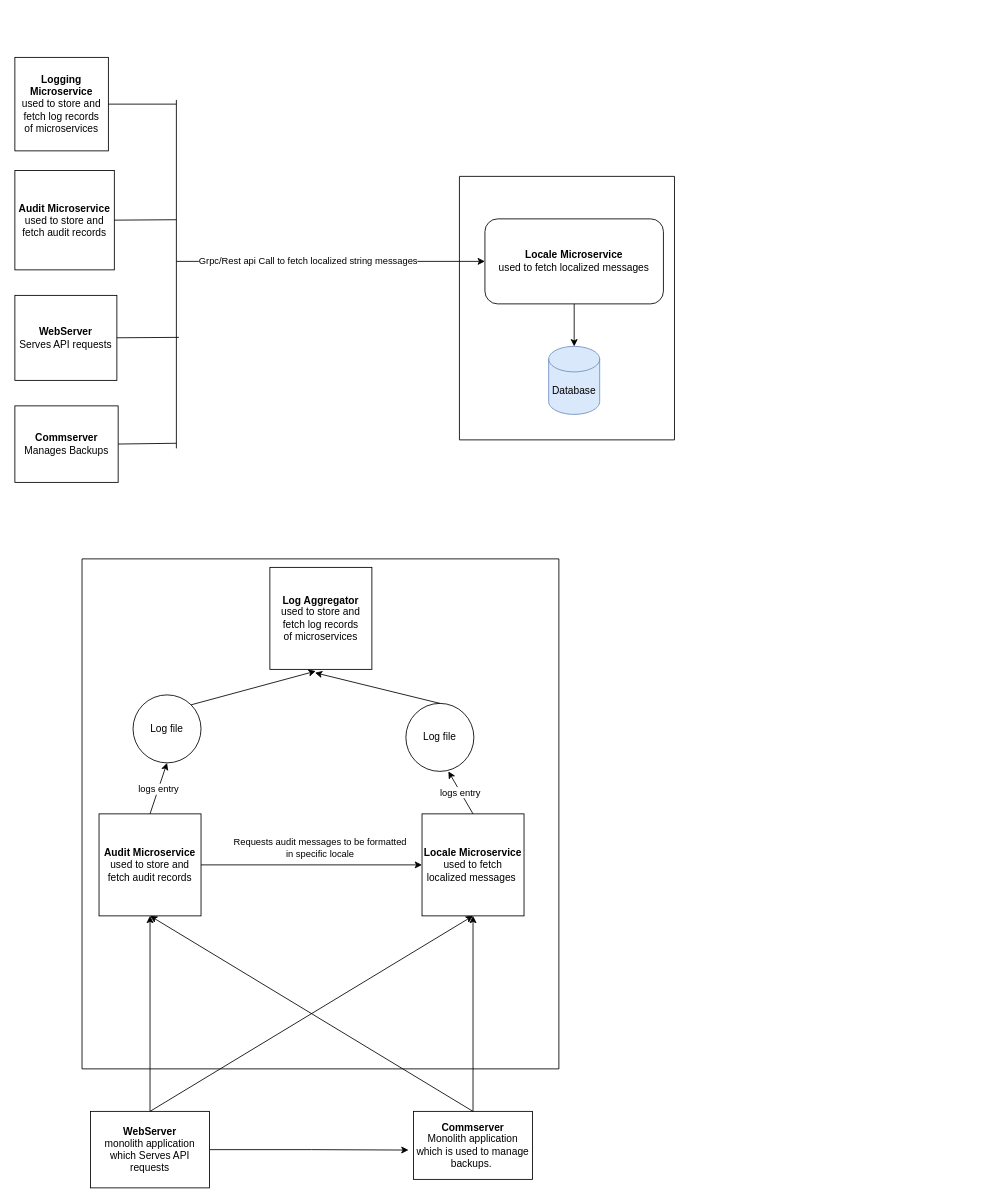
Vineel203/test keeps this draw.io diagram as Untitled Diagram.drawio. Above is the earlier version. Source tidied: cells renumbered, new cells numbered last; positions are measured from the earlier drawing's top-left corner, leaving out a move shared by most shapes. Both pictures are drawn from the tidied source at 85%, with x=0, y=0 at pixel (14, 57).
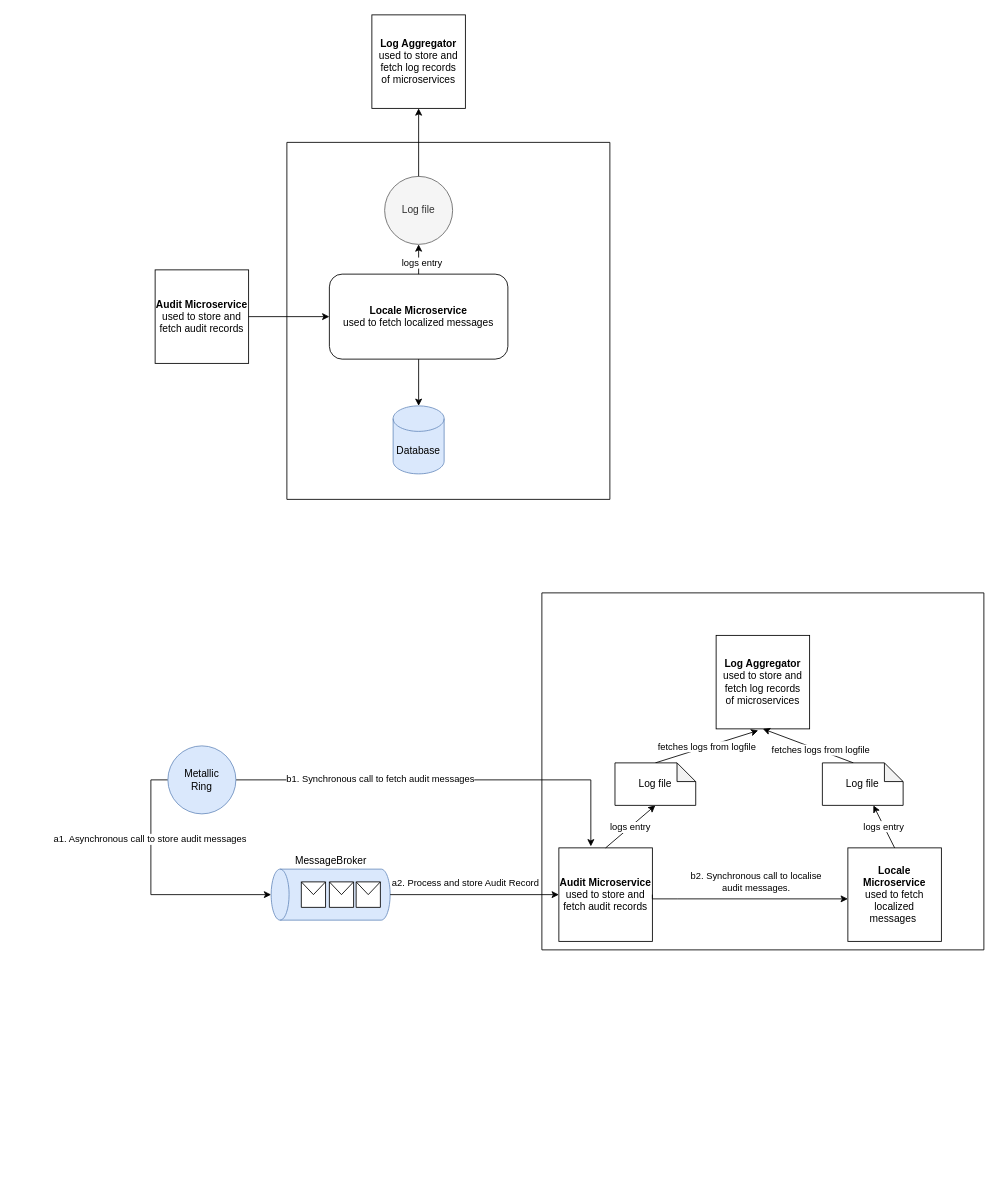
The same page after the edit.

What changed in the source:
```diff
@@
     <mxCell id="2" style="swimlane;startSize=0;" parent="1" vertex="1">
-      <mxGeometry x="523" y="140" width="253" height="310" as="geometry" />
+      <mxGeometry x="320" y="100" width="380" height="420" as="geometry" />
     </mxCell>
     <mxCell id="3" value="Database" style="shape=cylinder3;whiteSpace=wrap;html=1;boundedLbl=1;backgroundOutline=1;size=15;fillColor=#dae8fc;strokeColor=#6c8ebf;" parent="2" vertex="1">
-      <mxGeometry x="105" y="200" width="60" height="80" as="geometry" />
+      <mxGeometry x="125" y="310" width="60" height="80" as="geometry" />
     </mxCell>
     <mxCell id="4" value="&lt;b&gt;Locale Microservice&lt;br&gt;&lt;/b&gt;used to fetch localized messages" style="rounded=1;whiteSpace=wrap;html=1;" parent="2" vertex="1">
-      <mxGeometry x="30" y="50" width="210" height="100" as="geometry" />
+      <mxGeometry x="50" y="155" width="210" height="100" as="geometry" />
     </mxCell>
@@
+    <mxCell id="36" value="Log file" style="ellipse;whiteSpace=wrap;html=1;fillColor=#f5f5f5;fontColor=#333333;strokeColor=#666666;" parent="2" vertex="1">
+      <mxGeometry x="115" y="40" width="80" height="80" as="geometry" />
+    </mxCell>
+    <mxCell id="37" style="endArrow=classic;html=1;rounded=0;exitX=0.5;exitY=0;exitDx=0;exitDy=0;" parent="2" edge="1" source="4" target="36">
+      <mxGeometry relative="1" as="geometry" />
+    </mxCell>
+    <mxCell id="38" value="logs entry" style="edgeLabel;html=1;align=center;verticalAlign=middle;" parent="37" vertex="1">
+      <mxGeometry x="-0.21" y="-3" relative="1" as="geometry" />
+    </mxCell>
     <mxCell id="6" style="swimlane;startSize=0;" parent="1" vertex="1">
-      <mxGeometry x="79" y="590" width="561" height="600" as="geometry" />
+      <mxGeometry x="620" y="630" width="520" height="420" as="geometry" />
     </mxCell>
     <mxCell id="7" value="&lt;b&gt;Locale Microservice&lt;br&gt;&lt;/b&gt;used to fetch localized messages&amp;nbsp;" style="whiteSpace=wrap;html=1;" parent="6" vertex="1">
-      <mxGeometry x="400" y="300" width="120" height="120" as="geometry" />
+      <mxGeometry x="360" y="300" width="110" height="110" as="geometry" />
     </mxCell>
     <mxCell id="8" value="&lt;b&gt;Audit Microservice&lt;/b&gt;&lt;br&gt;used to store and fetch audit records" style="whiteSpace=wrap;html=1;" parent="6" vertex="1">
-      <mxGeometry x="20" y="300" width="120" height="120" as="geometry" />
+      <mxGeometry x="20" y="300" width="110" height="110" as="geometry" />
     </mxCell>
-    <mxCell id="9" value="Requests audit messages to be formatted&lt;br&gt;in specific locale" style="edgeStyle=orthogonalEdgeStyle;rounded=0;jettySize=auto;html=1;exitX=1;exitY=0.5;exitDx=0;exitDy=0;" parent="6" edge="1" source="8" target="7">
+    <mxCell id="9" value="b2. Synchronous call to localise&lt;br&gt;audit messages." style="edgeStyle=orthogonalEdgeStyle;rounded=0;jettySize=auto;html=1;exitX=1;exitY=0.5;exitDx=0;exitDy=0;" parent="6" edge="1" source="8" target="7">
       <mxGeometry x="0.08" y="20" relative="1" as="geometry">
         <Array as="points">
           <mxPoint x="160" y="360" />
           <mxPoint x="160" y="360" />
         </Array>
       </mxGeometry>
     </mxCell>
-    <mxCell id="10" value="Log file" style="ellipse;whiteSpace=wrap;html=1;" parent="6" vertex="1">
-      <mxGeometry x="60" y="160" width="80" height="80" as="geometry" />
-    </mxCell>
-    <mxCell id="11" style="endArrow=classic;html=1;rounded=0;exitX=0.5;exitY=0;exitDx=0;exitDy=0;entryX=0.5;entryY=1;entryDx=0;entryDy=0;" parent="6" edge="1" source="8" target="10">
+    <mxCell id="11" style="endArrow=classic;html=1;rounded=0;exitX=0.5;exitY=0;exitDx=0;exitDy=0;entryX=0.5;entryY=1;entryDx=0;entryDy=0;entryPerimeter=0;" parent="6" edge="1" source="8" target="40">
       <mxGeometry relative="1" as="geometry" />
     </mxCell>
@@
     <mxCell id="13" value="&lt;b&gt;Log Aggregator&lt;br&gt;&lt;/b&gt;used to store and fetch log records&lt;br&gt;of microservices" style="whiteSpace=wrap;html=1;" parent="6" vertex="1">
-      <mxGeometry x="221" y="10" width="120" height="120" as="geometry" />
+      <mxGeometry x="205" y="50" width="110" height="110" as="geometry" />
     </mxCell>
-    <mxCell id="14" style="endArrow=classic;html=1;rounded=0;exitX=1;exitY=0;exitDx=0;exitDy=0;entryX=0.45;entryY=1.017;entryDx=0;entryDy=0;entryPerimeter=0;" parent="6" edge="1" source="10" target="13">
+    <mxCell id="14" value="fetches logs from logfile" style="endArrow=classic;html=1;rounded=0;exitX=0.5;exitY=0;exitDx=0;exitDy=0;entryX=0.45;entryY=1.017;entryDx=0;entryDy=0;entryPerimeter=0;exitPerimeter=0;" parent="6" edge="1" source="40" target="13">
       <mxGeometry relative="1" as="geometry" />
     </mxCell>
-    <mxCell id="15" value="Log file" style="ellipse;whiteSpace=wrap;html=1;" parent="6" vertex="1">
-      <mxGeometry x="381" y="170" width="80" height="80" as="geometry" />
-    </mxCell>
-    <mxCell id="16" value="logs entry" style="endArrow=classic;html=1;rounded=0;exitX=0.5;exitY=0;exitDx=0;exitDy=0;entryX=0.625;entryY=1;entryDx=0;entryDy=0;entryPerimeter=0;" parent="6" edge="1" source="7" target="15">
-      <mxGeometry relative="1" as="geometry" />
+    <mxCell id="16" value="logs entry" style="endArrow=classic;html=1;rounded=0;exitX=0.5;exitY=0;exitDx=0;exitDy=0;entryX=0.625;entryY=1;entryDx=0;entryDy=0;entryPerimeter=0;" parent="6" edge="1" source="7">
+      <mxGeometry relative="1" as="geometry">
+        <mxPoint x="390" y="250" as="targetPoint" />
+      </mxGeometry>
     </mxCell>
-    <mxCell id="17" style="endArrow=classic;html=1;rounded=0;exitX=0.5;exitY=0;exitDx=0;exitDy=0;entryX=0.442;entryY=1.033;entryDx=0;entryDy=0;entryPerimeter=0;" parent="6" edge="1" source="15" target="13">
+    <mxCell id="17" style="endArrow=classic;html=1;rounded=0;exitX=0;exitY=0;exitDx=36.5;exitDy=0;entryX=0.5;entryY=1;entryDx=0;entryDy=0;exitPerimeter=0;" parent="6" edge="1" source="41" target="13">
       <mxGeometry relative="1" as="geometry" />
     </mxCell>
-    <mxCell id="18" style="edgeStyle=orthogonalEdgeStyle;rounded=0;jettySize=auto;html=1;exitX=0.5;exitY=0;exitDx=0;exitDy=0;entryX=0.5;entryY=1;entryDx=0;entryDy=0;" parent="1" edge="1" source="20" target="8">
-      <mxGeometry relative="1" as="geometry" />
-    </mxCell>
-    <mxCell id="19" style="edgeStyle=orthogonalEdgeStyle;rounded=0;jettySize=auto;html=1;exitX=1;exitY=0.5;exitDx=0;exitDy=0;entryX=-0.042;entryY=0.569;entryDx=0;entryDy=0;entryPerimeter=0;" parent="1" edge="1" source="20" target="21">
-      <mxGeometry relative="1" as="geometry" />
-    </mxCell>
-    <mxCell id="20" value="&lt;b&gt;WebServer&lt;/b&gt;&lt;br&gt;monolith application which Serves API requests" style="rounded=0;whiteSpace=wrap;html=1;" parent="1" vertex="1">
-      <mxGeometry x="89" y="1240" width="140" height="90" as="geometry" />
-    </mxCell>
-    <mxCell id="21" value="&lt;b&gt;Commserver&lt;/b&gt;&lt;br&gt;Monolith application which is used to manage backups.&amp;nbsp;" style="rounded=0;whiteSpace=wrap;html=1;" parent="1" vertex="1">
-      <mxGeometry x="469" y="1240" width="140" height="80" as="geometry" />
-    </mxCell>
-    <mxCell id="22" style="endArrow=classic;html=1;rounded=0;exitX=0.5;exitY=0;exitDx=0;exitDy=0;entryX=0.5;entryY=1;entryDx=0;entryDy=0;" parent="1" edge="1" source="20" target="7">
-      <mxGeometry relative="1" as="geometry" />
-    </mxCell>
-    <mxCell id="23" style="endArrow=classic;html=1;rounded=0;exitX=0.5;exitY=0;exitDx=0;exitDy=0;entryX=0.5;entryY=1;entryDx=0;entryDy=0;" parent="1" edge="1" source="21" target="8">
-      <mxGeometry relative="1" as="geometry" />
-    </mxCell>
-    <mxCell id="24" style="endArrow=classic;html=1;rounded=0;exitX=0.5;exitY=0;exitDx=0;exitDy=0;entryX=0.5;entryY=1;entryDx=0;entryDy=0;" parent="1" edge="1" source="21" target="7">
-      <mxGeometry relative="1" as="geometry" />
-    </mxCell>
+    <mxCell id="39" value="fetches logs from logfile" style="edgeLabel;html=1;align=center;verticalAlign=middle;" parent="17" vertex="1">
+      <mxGeometry x="-0.27" relative="1" as="geometry">
+        <mxPoint y="-1" as="offset" />
+      </mxGeometry>
+    </mxCell>
+    <mxCell id="40" value="Log file" style="shape=note;whiteSpace=wrap;html=1;backgroundOutline=1;darkOpacity=0.05;size=22;" parent="6" vertex="1">
+      <mxGeometry x="86" y="200" width="95" height="50" as="geometry" />
+    </mxCell>
+    <mxCell id="41" value="Log file" style="shape=note;whiteSpace=wrap;html=1;backgroundOutline=1;darkOpacity=0.05;size=22;" parent="6" vertex="1">
+      <mxGeometry x="330" y="200" width="95" height="50" as="geometry" />
+    </mxCell>
+    <mxCell id="42" style="shape=cylinder3;whiteSpace=wrap;html=1;boundedLbl=1;backgroundOutline=1;size=10.552631578947398;rotation=-90;fillColor=#dae8fc;strokeColor=#6c8ebf;" parent="1" vertex="1">
+      <mxGeometry x="341.5" y="915" width="60" height="140" as="geometry" />
+    </mxCell>
+    <mxCell id="43" style="endArrow=classic;html=1;rounded=0;exitX=0.5;exitY=1;exitDx=0;exitDy=0;exitPerimeter=0;entryX=0;entryY=0.5;entryDx=0;entryDy=0;" parent="1" edge="1" source="42" target="8">
+      <mxGeometry relative="1" as="geometry" />
+    </mxCell>
+    <mxCell id="44" value="a2. Process and store Audit Record" style="edgeLabel;html=1;align=center;verticalAlign=middle;" parent="43" vertex="1">
+      <mxGeometry x="-0.18" y="-1" relative="1" as="geometry">
+        <mxPoint x="7" y="-16" as="offset" />
+      </mxGeometry>
+    </mxCell>
+    <mxCell id="45" style="shape=message;html=1;whiteSpace=wrap;html=1;" parent="1" vertex="1">
+      <mxGeometry x="401.5" y="970" width="28.5" height="30" as="geometry" />
+    </mxCell>
+    <mxCell id="46" style="shape=message;html=1;whiteSpace=wrap;html=1;" parent="1" vertex="1">
+      <mxGeometry x="370" y="970" width="28.5" height="30" as="geometry" />
+    </mxCell>
+    <mxCell id="47" style="shape=message;html=1;whiteSpace=wrap;html=1;" parent="1" vertex="1">
+      <mxGeometry x="337" y="970" width="28.5" height="30" as="geometry" />
+    </mxCell>
+    <mxCell id="48" value="MessageBroker" style="text;html=1;strokeColor=none;fillColor=none;align=center;verticalAlign=middle;whiteSpace=wrap;rounded=0;" parent="1" vertex="1">
+      <mxGeometry x="341.5" y="930" width="60" height="30" as="geometry" />
+    </mxCell>
     <mxCell id="25" value="&lt;b&gt;Audit Microservice&lt;/b&gt;&lt;br&gt;used to store and fetch audit records" style="whiteSpace=wrap;html=1;" parent="1" vertex="1">
-      <mxGeometry y="133" width="117" height="117" as="geometry" />
+      <mxGeometry x="165" y="250" width="110" height="110" as="geometry" />
     </mxCell>
-    <mxCell id="26" value="&lt;b&gt;WebServer&lt;/b&gt;&lt;br&gt;Serves API requests" style="rounded=0;whiteSpace=wrap;html=1;" parent="1" vertex="1">
-      <mxGeometry y="280" width="120" height="100" as="geometry" />
-    </mxCell>
-    <mxCell id="27" value="&lt;b&gt;Commserver&lt;/b&gt;&lt;br&gt;Manages Backups" style="rounded=0;whiteSpace=wrap;html=1;" parent="1" vertex="1">
-      <mxGeometry y="410" width="121.5" height="90" as="geometry" />
-    </mxCell>
-    <mxCell id="28" value="&lt;b&gt;Logging Microservice&lt;/b&gt;&lt;br&gt;used to store and fetch log records&lt;br&gt;of microservices" style="whiteSpace=wrap;html=1;" parent="1" vertex="1">
-      <mxGeometry width="110" height="110" as="geometry" />
-    </mxCell>
-    <mxCell id="29" style="endArrow=none;html=1;rounded=0;exitX=1;exitY=0.5;exitDx=0;exitDy=0;" parent="1" edge="1" source="28">
-      <mxGeometry relative="1" as="geometry">
-        <mxPoint x="190" y="55" as="targetPoint" />
-      </mxGeometry>
-    </mxCell>
-    <mxCell id="30" style="endArrow=none;html=1;rounded=0;exitX=1;exitY=0.5;exitDx=0;exitDy=0;" parent="1" edge="1" source="25">
-      <mxGeometry relative="1" as="geometry">
-        <mxPoint x="190" y="191" as="targetPoint" />
-      </mxGeometry>
-    </mxCell>
-    <mxCell id="31" style="endArrow=none;html=1;rounded=0;exitX=1;exitY=0.5;exitDx=0;exitDy=0;" parent="1" edge="1">
-      <mxGeometry relative="1" as="geometry">
-        <mxPoint x="120" y="329.9" as="sourcePoint" />
-        <mxPoint x="193" y="329.4" as="targetPoint" />
-      </mxGeometry>
-    </mxCell>
-    <mxCell id="32" style="endArrow=none;html=1;rounded=0;exitX=1;exitY=0.5;exitDx=0;exitDy=0;" parent="1" edge="1">
-      <mxGeometry relative="1" as="geometry">
-        <mxPoint x="121.5" y="454.9" as="sourcePoint" />
-        <mxPoint x="190" y="454" as="targetPoint" />
-      </mxGeometry>
-    </mxCell>
-    <mxCell id="33" style="endArrow=none;html=1;rounded=0;" parent="1" edge="1">
-      <mxGeometry relative="1" as="geometry">
-        <mxPoint x="190" y="50" as="sourcePoint" />
-        <mxPoint x="190" y="460" as="targetPoint" />
-      </mxGeometry>
-    </mxCell>
-    <mxCell id="34" style="endArrow=classic;html=1;rounded=0;entryX=0;entryY=0.5;entryDx=0;entryDy=0;" parent="1" edge="1" target="4">
-      <mxGeometry relative="1" as="geometry">
-        <mxPoint x="190" y="240" as="sourcePoint" />
-      </mxGeometry>
-    </mxCell>
-    <mxCell id="35" value="Grpc/Rest api Call to fetch localized string messages" style="edgeLabel;html=1;align=center;verticalAlign=middle;" parent="34" vertex="1">
-      <mxGeometry x="-0.15" y="1" relative="1" as="geometry" />
-    </mxCell>
+    <mxCell id="49" style="endArrow=classic;html=1;rounded=0;exitX=1;exitY=0.5;exitDx=0;exitDy=0;" parent="1" edge="1" source="25" target="4">
+      <mxGeometry relative="1" as="geometry" />
+    </mxCell>
+    <mxCell id="50" value="&lt;b&gt;Log Aggregator&lt;br&gt;&lt;/b&gt;used to store and fetch log records&lt;br&gt;of microservices" style="whiteSpace=wrap;html=1;" parent="1" vertex="1">
+      <mxGeometry x="420" y="-50" width="110" height="110" as="geometry" />
+    </mxCell>
+    <mxCell id="51" style="edgeStyle=orthogonalEdgeStyle;rounded=0;jettySize=auto;html=1;" parent="1" edge="1" source="36" target="50">
+      <mxGeometry relative="1" as="geometry" />
+    </mxCell>
+    <mxCell id="52" style="edgeStyle=orthogonalEdgeStyle;rounded=0;jettySize=auto;html=1;exitX=1;exitY=0.5;exitDx=0;exitDy=0;entryX=0.342;entryY=-0.016;entryDx=0;entryDy=0;entryPerimeter=0;" parent="1" edge="1" source="56" target="8">
+      <mxGeometry relative="1" as="geometry" />
+    </mxCell>
+    <mxCell id="53" value="b1. Synchronous call to fetch audit messages" style="edgeLabel;html=1;align=center;verticalAlign=middle;" parent="52" vertex="1">
+      <mxGeometry x="-0.32" y="2" relative="1" as="geometry" />
+    </mxCell>
+    <mxCell id="54" style="edgeStyle=orthogonalEdgeStyle;rounded=0;jettySize=auto;html=1;exitX=0;exitY=0.5;exitDx=0;exitDy=0;entryX=0.5;entryY=0;entryDx=0;entryDy=0;entryPerimeter=0;" parent="1" edge="1" source="56" target="42">
+      <mxGeometry relative="1" as="geometry" />
+    </mxCell>
+    <mxCell id="55" value="a1. Asynchronous call to store audit messages" style="edgeLabel;html=1;align=center;verticalAlign=middle;" parent="54" vertex="1">
+      <mxGeometry x="-0.51" y="-2" relative="1" as="geometry">
+        <mxPoint y="16" as="offset" />
+      </mxGeometry>
+    </mxCell>
+    <mxCell id="56" value="Metallic&lt;br&gt;Ring" style="ellipse;whiteSpace=wrap;html=1;fillColor=#dae8fc;strokeColor=#6c8ebf;" parent="1" vertex="1">
+      <mxGeometry x="180" y="810" width="80" height="80" as="geometry" />
+    </mxCell>
```
